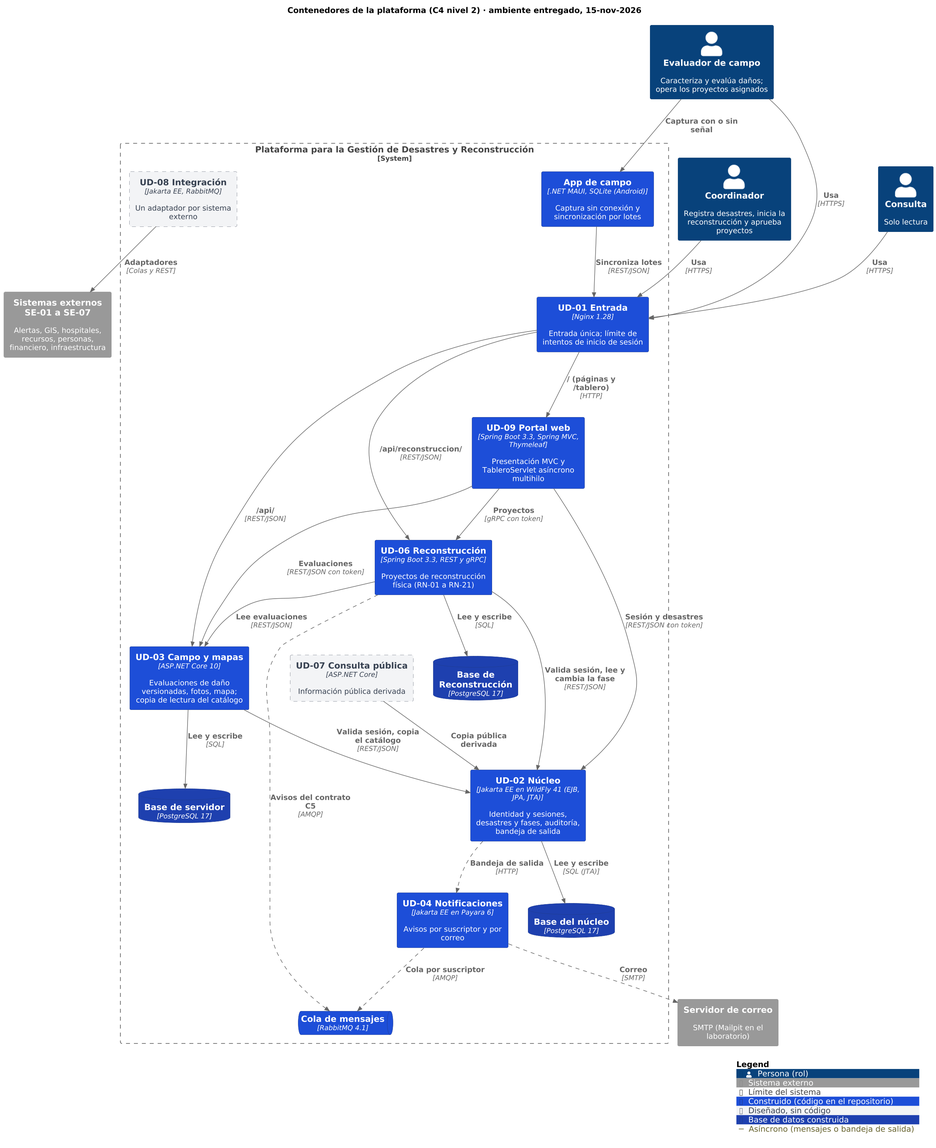
andreMD287/ProyectoArquiSW keeps this PlantUML diagram as documentacion/diagramas/contenedores.png. Above is the earlier version. Its diagram source:
```plantuml
@startuml contenedores
!include <C4/C4_Container>
!include estilo.iuml
LAYOUT_TOP_DOWN()
title Contenedores de la plataforma (C4 nivel 2) · ambiente entregado, 15-nov-2026

Person(coord, "Coordinador", "Registra desastres, inicia la reconstrucción y aprueba proyectos")
Person(eval, "Evaluador de campo", "Caracteriza y evalúa daños; opera los proyectos asignados")
Person(consulta, "Consulta", "Solo lectura")

System_Boundary(plataforma, "Plataforma para la Gestión de Desastres y Reconstrucción") {
  Container(entrada, "UD-01 Entrada", "Nginx 1.28", "Entrada única; límite de intentos de inicio de sesión", $tags="construido")
  Container(portal, "UD-09 Portal web", "Spring Boot 3.3, Spring MVC, Thymeleaf", "Presentación MVC y TableroServlet asíncrono multihilo", $tags="construido")
  Container(app, "App de campo", ".NET MAUI, SQLite (Android)", "Captura sin conexión y sincronización por lotes", $tags="construido")
  Container(nucleo, "UD-02 Núcleo", "Jakarta EE en WildFly 41 (EJB, JPA, JTA)", "Identidad y sesiones, desastres y fases, auditoría, bandeja de salida", $tags="construido")
  ContainerDb(bdnucleo, "Base del núcleo", "PostgreSQL 17", "", $tags="bd")
  Container(servidor, "UD-03 Campo y mapas", "ASP.NET Core 10", "Evaluaciones de daño versionadas, fotos, mapa; copia de lectura del catálogo", $tags="construido")
  ContainerDb(bdservidor, "Base de servidor", "PostgreSQL 17", "", $tags="bd")
  Container(rec, "UD-06 Reconstrucción", "Spring Boot 3.3, REST y gRPC", "Proyectos de reconstrucción física (RN-01 a RN-21)", $tags="construido")
  ContainerDb(bdrec, "Base de Reconstrucción", "PostgreSQL 17", "", $tags="bd")
  Container(notif, "UD-04 Notificaciones", "Jakarta EE en Payara 6", "Avisos por suscriptor y por correo", $tags="construido")
  ContainerQueue(mq, "Cola de mensajes", "RabbitMQ 4.1", "", $tags="construido")
  Container(publica, "UD-07 Consulta pública", "ASP.NET Core", "Información pública derivada", $tags="disenado")
  Container(integ, "UD-08 Integración", "Jakarta EE, RabbitMQ", "Un adaptador por sistema externo", $tags="disenado")
}

System_Ext(correo, "Servidor de correo", "SMTP (Mailpit en el laboratorio)")
System_Ext(externos, "Sistemas externos SE-01 a SE-07", "Alertas, GIS, hospitales, recursos, personas, financiero, infraestructura")

Rel(coord, entrada, "Usa", "HTTPS")
Rel(eval, entrada, "Usa", "HTTPS")
Rel(consulta, entrada, "Usa", "HTTPS")
Rel(eval, app, "Captura con o sin señal")
Rel(app, entrada, "Sincroniza lotes", "REST/JSON")
Rel(entrada, portal, "/ (páginas y /tablero)", "HTTP")
Rel(entrada, servidor, "/api/", "REST/JSON")
Rel(entrada, rec, "/api/reconstruccion/", "REST/JSON")
Rel(portal, nucleo, "Sesión y desastres", "REST/JSON con token")
Rel(portal, servidor, "Evaluaciones", "REST/JSON con token")
Rel(portal, rec, "Proyectos", "gRPC con token")
Rel(servidor, nucleo, "Valida sesión, copia el catálogo", "REST/JSON")
Rel(rec, nucleo, "Valida sesión, lee y cambia la fase", "REST/JSON")
Rel(rec, servidor, "Lee evaluaciones", "REST/JSON")
Rel(rec, mq, "Avisos del contrato C5", "AMQP", $tags="asincrono")
Rel(nucleo, notif, "Bandeja de salida", "HTTP", $tags="asincrono")
Rel(notif, mq, "Cola por suscriptor", "AMQP", $tags="asincrono")
Rel(notif, correo, "Correo", "SMTP", $tags="asincrono")
Rel(nucleo, bdnucleo, "Lee y escribe", "SQL (JTA)")
Rel(servidor, bdservidor, "Lee y escribe", "SQL")
Rel(rec, bdrec, "Lee y escribe", "SQL")
Rel(integ, externos, "Adaptadores", "Colas y REST")
Rel(publica, nucleo, "Copia pública derivada")

SHOW_LEGEND()
@enduml
```
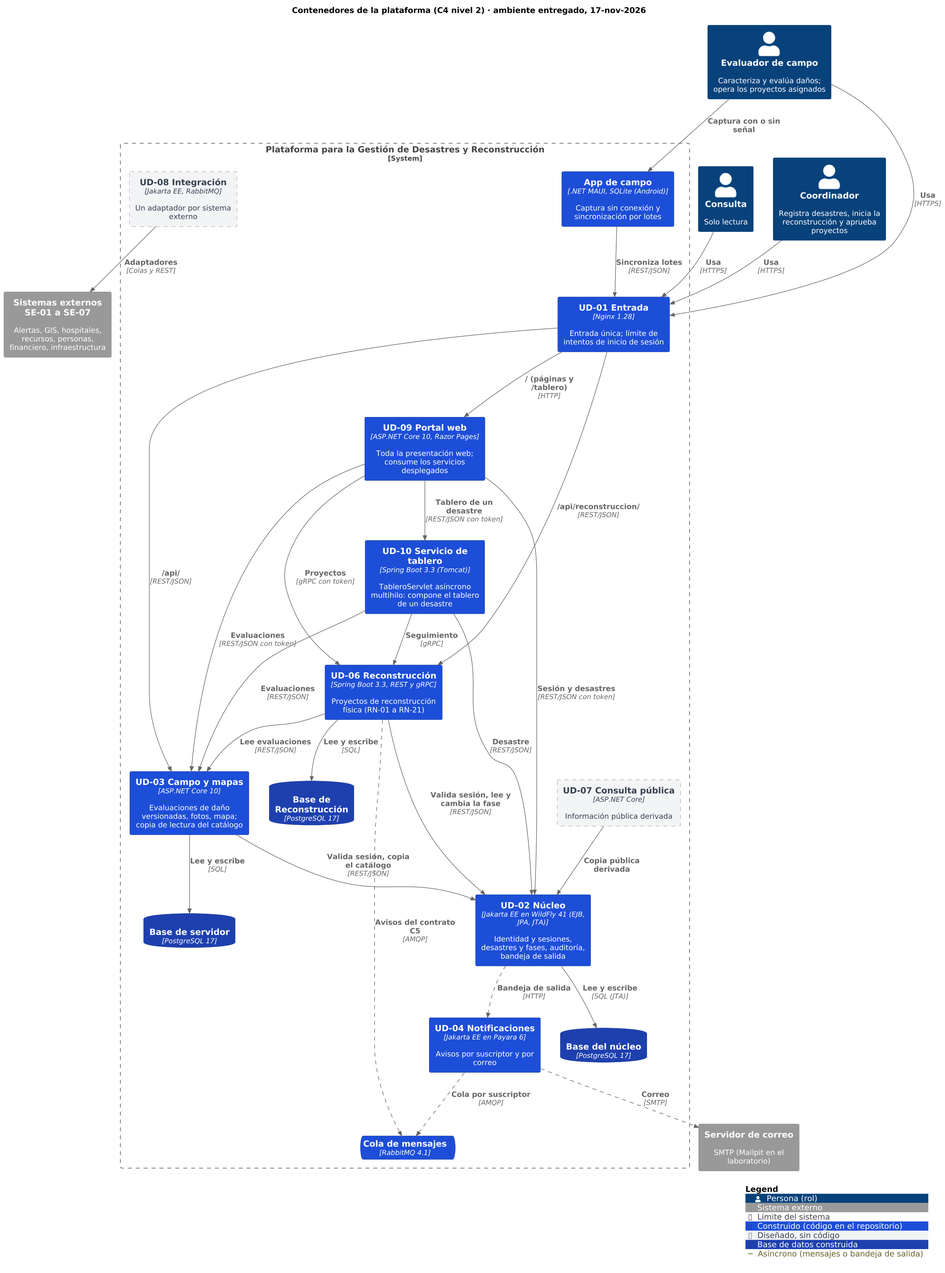
Above is the later version.

The edit, as a diff of the source:
```diff
@@ -2,7 +2,7 @@
 !include <C4/C4_Container>
 !include estilo.iuml
 LAYOUT_TOP_DOWN()
-title Contenedores de la plataforma (C4 nivel 2) · ambiente entregado, 15-nov-2026
+title Contenedores de la plataforma (C4 nivel 2) · ambiente entregado, 17-nov-2026
 
 Person(coord, "Coordinador", "Registra desastres, inicia la reconstrucción y aprueba proyectos")
 Person(eval, "Evaluador de campo", "Caracteriza y evalúa daños; opera los proyectos asignados")
@@ -10,7 +10,8 @@
 
 System_Boundary(plataforma, "Plataforma para la Gestión de Desastres y Reconstrucción") {
   Container(entrada, "UD-01 Entrada", "Nginx 1.28", "Entrada única; límite de intentos de inicio de sesión", $tags="construido")
-  Container(portal, "UD-09 Portal web", "Spring Boot 3.3, Spring MVC, Thymeleaf", "Presentación MVC y TableroServlet asíncrono multihilo", $tags="construido")
+  Container(portal, "UD-09 Portal web", "ASP.NET Core 10, Razor Pages", "Toda la presentación web; consume los servicios desplegados", $tags="construido")
+  Container(tablero, "UD-10 Servicio de tablero", "Spring Boot 3.3 (Tomcat)", "TableroServlet asíncrono multihilo: compone el tablero de un desastre", $tags="construido")
   Container(app, "App de campo", ".NET MAUI, SQLite (Android)", "Captura sin conexión y sincronización por lotes", $tags="construido")
   Container(nucleo, "UD-02 Núcleo", "Jakarta EE en WildFly 41 (EJB, JPA, JTA)", "Identidad y sesiones, desastres y fases, auditoría, bandeja de salida", $tags="construido")
   ContainerDb(bdnucleo, "Base del núcleo", "PostgreSQL 17", "", $tags="bd")
@@ -38,6 +39,10 @@
 Rel(portal, nucleo, "Sesión y desastres", "REST/JSON con token")
 Rel(portal, servidor, "Evaluaciones", "REST/JSON con token")
 Rel(portal, rec, "Proyectos", "gRPC con token")
+Rel(portal, tablero, "Tablero de un desastre", "REST/JSON con token")
+Rel(tablero, nucleo, "Desastre", "REST/JSON")
+Rel(tablero, servidor, "Evaluaciones", "REST/JSON")
+Rel(tablero, rec, "Seguimiento", "gRPC")
 Rel(servidor, nucleo, "Valida sesión, copia el catálogo", "REST/JSON")
 Rel(rec, nucleo, "Valida sesión, lee y cambia la fase", "REST/JSON")
 Rel(rec, servidor, "Lee evaluaciones", "REST/JSON")
```
